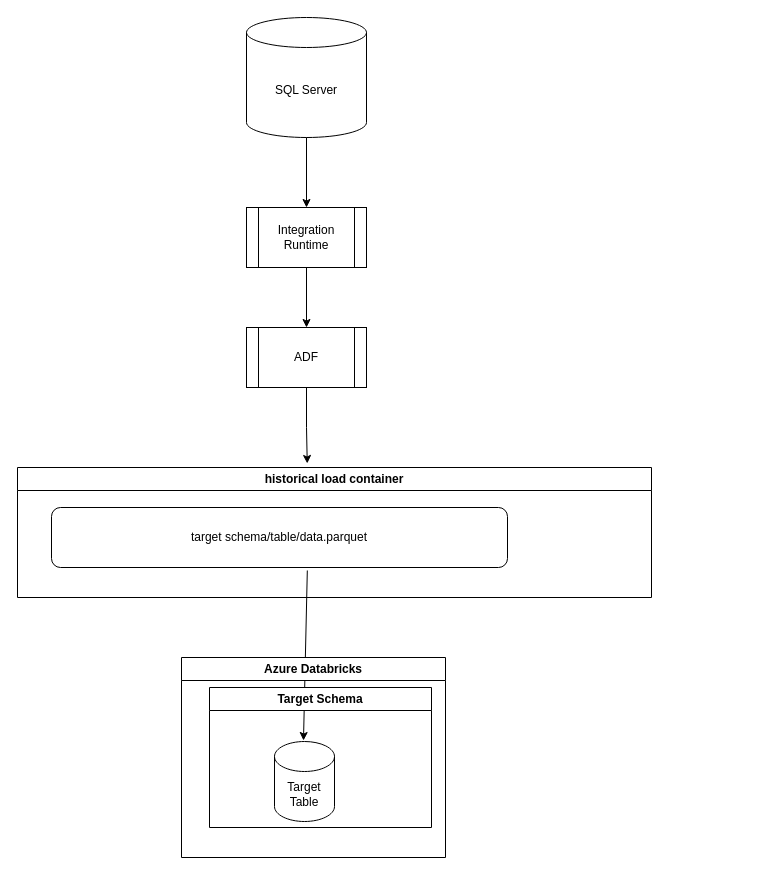
This is Historical Data Laoding.drawio from avinashr-insight/manufacturing-iot, a draw.io file, before an edit. Source tidied: cells renumbered, new cells numbered last; positions are measured from the earlier drawing's top-left corner, leaving out a move shared by most shapes. Both pictures are drawn from the tidied source at 100%, with x=0, y=0 at pixel (17, 17).
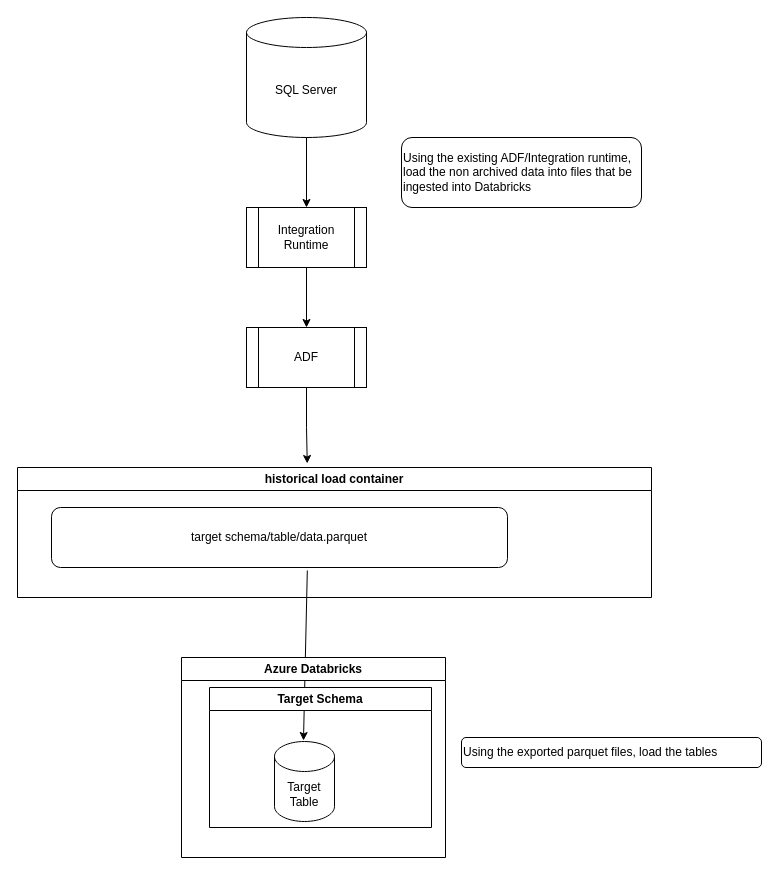
The same page after the edit.

Change to the diagram source:
```diff
@@
 <mxGraphModel>
   <root>
     <mxCell id="0" />
     <mxCell id="1" parent="0" />
     <mxCell id="2" value="historical load container" style="swimlane;whiteSpace=wrap;html=1;" parent="1" vertex="1">
       <mxGeometry y="450" width="634" height="130" as="geometry" />
     </mxCell>
     <mxCell id="3" value="target schema/table/data.parquet" style="rounded=1;whiteSpace=wrap;html=1;" parent="2" vertex="1">
       <mxGeometry x="34" y="40" width="456" height="60" as="geometry" />
     </mxCell>
     <mxCell id="4" style="endArrow=classic;html=1;rounded=0;exitX=0.561;exitY=1.05;exitDx=0;exitDy=0;exitPerimeter=0;" parent="2" edge="1" source="3">
       <mxGeometry relative="1" as="geometry">
         <mxPoint x="286" y="273" as="targetPoint" />
       </mxGeometry>
     </mxCell>
     <mxCell id="5" value="SQL Server" style="shape=cylinder3;whiteSpace=wrap;html=1;boundedLbl=1;backgroundOutline=1;size=15;" parent="1" vertex="1">
       <mxGeometry x="229" width="120" height="120" as="geometry" />
     </mxCell>
     <mxCell id="6" style="endArrow=classic;html=1;rounded=0;exitX=0.5;exitY=1;exitDx=0;exitDy=0;exitPerimeter=0;" parent="1" edge="1" source="5">
       <mxGeometry relative="1" as="geometry">
         <mxPoint x="289" y="190" as="targetPoint" />
       </mxGeometry>
     </mxCell>
     <mxCell id="7" style="edgeStyle=orthogonalEdgeStyle;rounded=0;jettySize=auto;html=1;exitX=0.5;exitY=1;exitDx=0;exitDy=0;entryX=0.5;entryY=0;entryDx=0;entryDy=0;" parent="1" edge="1" source="8" target="9">
       <mxGeometry relative="1" as="geometry" />
     </mxCell>
     <mxCell id="8" value="Integration Runtime" style="shape=process;whiteSpace=wrap;html=1;backgroundOutline=1;" parent="1" vertex="1">
       <mxGeometry x="229" y="190" width="120" height="60" as="geometry" />
     </mxCell>
     <mxCell id="9" value="ADF" style="shape=process;whiteSpace=wrap;html=1;backgroundOutline=1;" parent="1" vertex="1">
       <mxGeometry x="229" y="310" width="120" height="60" as="geometry" />
     </mxCell>
     <mxCell id="10" value="Azure Databricks" style="swimlane;whiteSpace=wrap;html=1;" parent="1" vertex="1">
       <mxGeometry x="164" y="640" width="264" height="200" as="geometry" />
     </mxCell>
     <mxCell id="11" value="Target Table" style="shape=cylinder3;whiteSpace=wrap;html=1;boundedLbl=1;backgroundOutline=1;size=15;" parent="10" vertex="1">
       <mxGeometry x="93" y="84" width="60" height="80" as="geometry" />
     </mxCell>
     <mxCell id="12" value="Target Schema" style="swimlane;whiteSpace=wrap;html=1;" parent="10" vertex="1">
       <mxGeometry x="28" y="30" width="222" height="140" as="geometry" />
     </mxCell>
     <mxCell id="13" style="edgeStyle=orthogonalEdgeStyle;rounded=0;jettySize=auto;html=1;exitX=0.5;exitY=1;exitDx=0;exitDy=0;entryX=0.457;entryY=-0.031;entryDx=0;entryDy=0;entryPerimeter=0;" parent="1" edge="1" source="9" target="2">
       <mxGeometry relative="1" as="geometry" />
     </mxCell>
+    <mxCell id="14" value="Using the existing ADF/Integration runtime, load the non archived data into files that be ingested into Databricks" style="rounded=1;whiteSpace=wrap;html=1;align=left;" parent="1" vertex="1">
+      <mxGeometry x="384" y="120" width="240" height="70" as="geometry" />
+    </mxCell>
+    <mxCell id="15" value="Using the exported parquet files, load the tables" style="rounded=1;whiteSpace=wrap;html=1;align=left;" parent="1" vertex="1">
+      <mxGeometry x="444" y="720" width="300" height="30" as="geometry" />
+    </mxCell>
   </root>
 </mxGraphModel>
```
